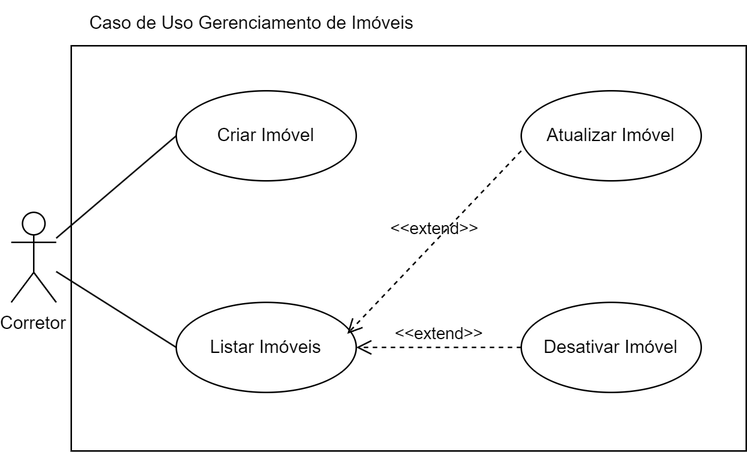
israel-bsi/realtyhub keeps this draw.io diagram as diagrams/casos_de_uso/png/uc_gerenciamento_imoveis.drawio.png. Above is the earlier version. Source tidied: cells renumbered, new cells last; positions are measured from the earlier drawing's top-left corner, leaving out a move shared by most shapes. Its diagram source:
```xml
<mxGraphModel>
  <root>
    <mxCell id="0" />
    <mxCell id="1" parent="0" />
    <mxCell id="2" style="rounded=0;whiteSpace=wrap;html=1;" parent="1" vertex="1">
      <mxGeometry x="40" y="30" width="450" height="270" as="geometry" />
    </mxCell>
    <mxCell id="3" value="Corretor" style="shape=umlActor;verticalLabelPosition=bottom;verticalAlign=top;" parent="1" vertex="1">
      <mxGeometry y="141" width="30" height="60" as="geometry" />
    </mxCell>
    <mxCell id="4" value="Criar Imóvel" style="ellipse;whiteSpace=wrap;html=1;" parent="1" vertex="1">
      <mxGeometry x="110" y="60" width="120" height="60" as="geometry" />
    </mxCell>
    <mxCell id="5" value="Listar Imóveis" style="ellipse;whiteSpace=wrap;html=1;" parent="1" vertex="1">
      <mxGeometry x="110" y="201" width="120" height="60" as="geometry" />
    </mxCell>
    <mxCell id="6" value="Atualizar Imóvel" style="ellipse;whiteSpace=wrap;html=1;" parent="1" vertex="1">
      <mxGeometry x="340" y="60" width="120" height="60" as="geometry" />
    </mxCell>
    <mxCell id="7" value="Desativar Imóvel" style="ellipse;whiteSpace=wrap;html=1;" parent="1" vertex="1">
      <mxGeometry x="340" y="201" width="120" height="60" as="geometry" />
    </mxCell>
    <mxCell id="8" style="endArrow=none;html=1;rounded=0;entryX=0;entryY=0.5;entryDx=0;entryDy=0;" parent="1" edge="1" source="3" target="4">
      <mxGeometry relative="1" as="geometry" />
    </mxCell>
    <mxCell id="9" style="endArrow=none;html=1;rounded=0;entryX=0;entryY=0.5;entryDx=0;entryDy=0;" parent="1" edge="1" source="3" target="5">
      <mxGeometry relative="1" as="geometry" />
    </mxCell>
    <mxCell id="10" value="&amp;lt;&amp;lt;extend&amp;gt;&amp;gt;" style="endArrow=open;startArrow=none;endFill=0;startFill=0;endSize=8;html=1;verticalAlign=bottom;dashed=1;labelBackgroundColor=none;rounded=0;exitX=0;exitY=0.667;exitDx=0;exitDy=0;exitPerimeter=0;entryX=0.95;entryY=0.35;entryDx=0;entryDy=0;entryPerimeter=0;" parent="1" edge="1" source="6" target="5">
      <mxGeometry relative="1" as="geometry" />
    </mxCell>
    <mxCell id="11" value="&amp;lt;&amp;lt;extend&amp;gt;&amp;gt;" style="endArrow=open;startArrow=none;endFill=0;startFill=0;endSize=8;html=1;verticalAlign=bottom;dashed=1;labelBackgroundColor=none;rounded=0;exitX=0;exitY=0.5;exitDx=0;exitDy=0;" parent="1" edge="1" source="7" target="5">
      <mxGeometry relative="1" as="geometry" />
    </mxCell>
    <mxCell id="12" value="Caso de Uso Gerenciamento de Imóveis" style="text;html=1;align=center;verticalAlign=middle;strokeColor=none;fillColor=none;" parent="1" vertex="1">
      <mxGeometry x="40" width="240" height="30" as="geometry" />
    </mxCell>
  </root>
</mxGraphModel>
```
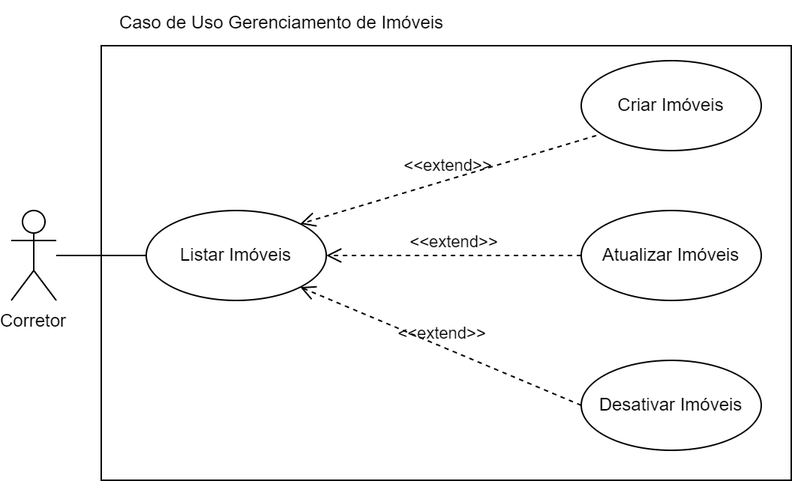
After the change.

Diff of the diagram source:
```diff
@@ -2,38 +2,38 @@
   <root>
     <mxCell id="0" />
     <mxCell id="1" parent="0" />
-    <mxCell id="2" style="rounded=0;whiteSpace=wrap;html=1;" parent="1" vertex="1">
-      <mxGeometry x="40" y="30" width="450" height="270" as="geometry" />
-    </mxCell>
+    <mxCell id="13" style="rounded=0;whiteSpace=wrap;html=1;" parent="1" vertex="1">
+      <mxGeometry x="-260" y="-330" width="460" height="290" as="geometry" />
+    </mxCell>
+    <mxCell id="14" value="&amp;lt;&amp;lt;extend&amp;gt;&amp;gt;" style="endArrow=open;startArrow=none;endFill=0;startFill=0;endSize=8;html=1;verticalAlign=bottom;dashed=1;labelBackgroundColor=none;rounded=0;exitX=0;exitY=0.5;exitDx=0;exitDy=0;entryX=1;entryY=1;entryDx=0;entryDy=0;" parent="1" edge="1" source="17" target="5">
+      <mxGeometry relative="1" as="geometry" />
+    </mxCell>
     <mxCell id="3" value="Corretor" style="shape=umlActor;verticalLabelPosition=bottom;verticalAlign=top;" parent="1" vertex="1">
-      <mxGeometry y="141" width="30" height="60" as="geometry" />
+      <mxGeometry x="-320" y="-220" width="30" height="60" as="geometry" />
     </mxCell>
-    <mxCell id="4" value="Criar Imóvel" style="ellipse;whiteSpace=wrap;html=1;" parent="1" vertex="1">
-      <mxGeometry x="110" y="60" width="120" height="60" as="geometry" />
-    </mxCell>
+    <mxCell id="15" value="Criar Imóveis" style="ellipse;whiteSpace=wrap;html=1;" parent="1" vertex="1">
+      <mxGeometry x="60" y="-320" width="120" height="60" as="geometry" />
+    </mxCell>
     <mxCell id="5" value="Listar Imóveis" style="ellipse;whiteSpace=wrap;html=1;" parent="1" vertex="1">
-      <mxGeometry x="110" y="201" width="120" height="60" as="geometry" />
+      <mxGeometry x="-230" y="-220" width="120" height="60" as="geometry" />
     </mxCell>
-    <mxCell id="6" value="Atualizar Imóvel" style="ellipse;whiteSpace=wrap;html=1;" parent="1" vertex="1">
-      <mxGeometry x="340" y="60" width="120" height="60" as="geometry" />
-    </mxCell>
-    <mxCell id="7" value="Desativar Imóvel" style="ellipse;whiteSpace=wrap;html=1;" parent="1" vertex="1">
-      <mxGeometry x="340" y="201" width="120" height="60" as="geometry" />
-    </mxCell>
-    <mxCell id="8" style="endArrow=none;html=1;rounded=0;entryX=0;entryY=0.5;entryDx=0;entryDy=0;" parent="1" edge="1" source="3" target="4">
-      <mxGeometry relative="1" as="geometry" />
-    </mxCell>
+    <mxCell id="16" value="Atualizar Imóveis" style="ellipse;whiteSpace=wrap;html=1;" parent="1" vertex="1">
+      <mxGeometry x="60" y="-220" width="120" height="60" as="geometry" />
+    </mxCell>
+    <mxCell id="17" value="Desativar Imóveis" style="ellipse;whiteSpace=wrap;html=1;" parent="1" vertex="1">
+      <mxGeometry x="60" y="-120" width="120" height="60" as="geometry" />
+    </mxCell>
     <mxCell id="9" style="endArrow=none;html=1;rounded=0;entryX=0;entryY=0.5;entryDx=0;entryDy=0;" parent="1" edge="1" source="3" target="5">
       <mxGeometry relative="1" as="geometry" />
     </mxCell>
-    <mxCell id="10" value="&amp;lt;&amp;lt;extend&amp;gt;&amp;gt;" style="endArrow=open;startArrow=none;endFill=0;startFill=0;endSize=8;html=1;verticalAlign=bottom;dashed=1;labelBackgroundColor=none;rounded=0;exitX=0;exitY=0.667;exitDx=0;exitDy=0;exitPerimeter=0;entryX=0.95;entryY=0.35;entryDx=0;entryDy=0;entryPerimeter=0;" parent="1" edge="1" source="6" target="5">
-      <mxGeometry relative="1" as="geometry" />
-    </mxCell>
-    <mxCell id="11" value="&amp;lt;&amp;lt;extend&amp;gt;&amp;gt;" style="endArrow=open;startArrow=none;endFill=0;startFill=0;endSize=8;html=1;verticalAlign=bottom;dashed=1;labelBackgroundColor=none;rounded=0;exitX=0;exitY=0.5;exitDx=0;exitDy=0;" parent="1" edge="1" source="7" target="5">
-      <mxGeometry relative="1" as="geometry" />
-    </mxCell>
+    <mxCell id="18" value="&amp;lt;&amp;lt;extend&amp;gt;&amp;gt;" style="endArrow=open;startArrow=none;endFill=0;startFill=0;endSize=8;html=1;verticalAlign=bottom;dashed=1;labelBackgroundColor=none;rounded=0;" parent="1" edge="1" source="16" target="5">
+      <mxGeometry relative="1" as="geometry" />
+    </mxCell>
     <mxCell id="12" value="Caso de Uso Gerenciamento de Imóveis" style="text;html=1;align=center;verticalAlign=middle;strokeColor=none;fillColor=none;" parent="1" vertex="1">
-      <mxGeometry x="40" width="240" height="30" as="geometry" />
+      <mxGeometry x="-260" y="-360" width="240" height="30" as="geometry" />
     </mxCell>
+    <mxCell id="19" value="&amp;lt;&amp;lt;extend&amp;gt;&amp;gt;" style="endArrow=open;startArrow=none;endFill=0;startFill=0;endSize=8;html=1;verticalAlign=bottom;dashed=1;labelBackgroundColor=none;rounded=0;entryX=1;entryY=0;entryDx=0;entryDy=0;exitX=0.083;exitY=0.833;exitDx=0;exitDy=0;exitPerimeter=0;" parent="1" edge="1" source="15" target="5">
+      <mxGeometry relative="1" as="geometry" />
+    </mxCell>
   </root>
 </mxGraphModel>
```
